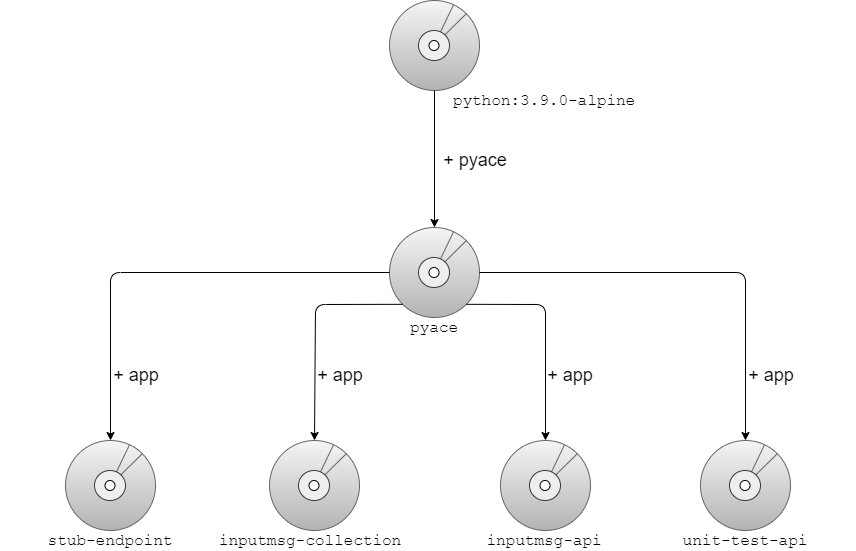
Before: doc/image inheritance.png, a diagram exported from draw.io (JLanda91/ibm-ace-flexaas). Source tidied: cells renumbered, new cells last; positions are measured from the earlier drawing's top-left corner, leaving out a move shared by most shapes.
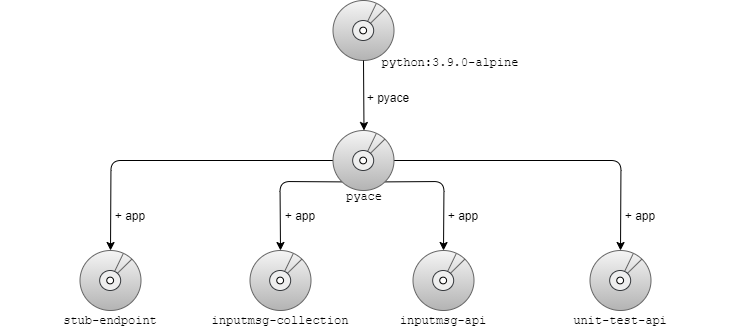
After the commit.

Change to the diagram source:
```diff
@@ -3,10 +3,10 @@
     <mxCell id="0" />
     <mxCell id="1" parent="0" />
     <mxCell id="2" style="group;" parent="1" vertex="1">
-      <mxGeometry x="389" width="90" height="90" as="geometry" />
+      <mxGeometry x="310.5" y="-10" width="61" height="60" as="geometry" />
     </mxCell>
     <mxCell id="3" style="ellipse;whiteSpace=wrap;html=1;fillColor=#f5f5f5;strokeColor=#666666;gradientColor=#b3b3b3;" parent="2" vertex="1">
-      <mxGeometry width="90" height="90" as="geometry" />
+      <mxGeometry width="61" height="60" as="geometry" />
     </mxCell>
     <mxCell id="4" style="endArrow=none;html=1;entryX=0.709;entryY=0.052;entryDx=0;entryDy=0;entryPerimeter=0;gradientColor=#b3b3b3;fillColor=#f5f5f5;strokeColor=#666666;" parent="2" edge="1" source="7" target="3">
       <mxGeometry relative="1" as="geometry" />
@@ -15,164 +15,166 @@
       <mxGeometry relative="1" as="geometry" />
     </mxCell>
     <mxCell id="6" style="ellipse;whiteSpace=wrap;html=1;fillColor=#eeeeee;strokeColor=#36393d;" parent="2" vertex="1">
-      <mxGeometry x="29" y="30" width="31" height="30" as="geometry" />
+      <mxGeometry x="19.7" y="20" width="21" height="20" as="geometry" />
     </mxCell>
     <mxCell id="7" style="ellipse;whiteSpace=wrap;html=1;" parent="2" vertex="1">
-      <mxGeometry x="39.5" y="40" width="10" height="10" as="geometry" />
+      <mxGeometry x="26.8" y="26.7" width="6.8" height="6.7" as="geometry" />
     </mxCell>
-    <mxCell id="8" style="group;" parent="1" vertex="1">
-      <mxGeometry x="389" y="227" width="90" height="90" as="geometry" />
-    </mxCell>
-    <mxCell id="9" style="ellipse;whiteSpace=wrap;html=1;fillColor=#f5f5f5;strokeColor=#666666;gradientColor=#b3b3b3;" parent="8" vertex="1">
-      <mxGeometry width="90" height="90" as="geometry" />
-    </mxCell>
-    <mxCell id="10" style="endArrow=none;html=1;entryX=0.709;entryY=0.052;entryDx=0;entryDy=0;entryPerimeter=0;gradientColor=#b3b3b3;fillColor=#f5f5f5;strokeColor=#666666;" parent="8" edge="1" source="13" target="9">
-      <mxGeometry relative="1" as="geometry" />
-    </mxCell>
-    <mxCell id="11" style="endArrow=none;html=1;entryX=1;entryY=0;entryDx=0;entryDy=0;gradientColor=#b3b3b3;fillColor=#f5f5f5;strokeColor=#666666;" parent="8" edge="1" source="13" target="9">
-      <mxGeometry relative="1" as="geometry" />
-    </mxCell>
-    <mxCell id="12" style="ellipse;whiteSpace=wrap;html=1;fillColor=#eeeeee;strokeColor=#36393d;" parent="8" vertex="1">
-      <mxGeometry x="29" y="30" width="31" height="30" as="geometry" />
-    </mxCell>
-    <mxCell id="13" style="ellipse;whiteSpace=wrap;html=1;" parent="8" vertex="1">
-      <mxGeometry x="39.5" y="40" width="10" height="10" as="geometry" />
-    </mxCell>
-    <mxCell id="14" style="group;" parent="1" vertex="1">
-      <mxGeometry x="65" y="440" width="90" height="90" as="geometry" />
-    </mxCell>
-    <mxCell id="15" style="ellipse;whiteSpace=wrap;html=1;fillColor=#f5f5f5;strokeColor=#666666;gradientColor=#b3b3b3;" parent="14" vertex="1">
-      <mxGeometry width="90" height="90" as="geometry" />
-    </mxCell>
-    <mxCell id="16" style="endArrow=none;html=1;entryX=0.709;entryY=0.052;entryDx=0;entryDy=0;entryPerimeter=0;gradientColor=#b3b3b3;fillColor=#f5f5f5;strokeColor=#666666;" parent="14" edge="1" source="19" target="15">
-      <mxGeometry relative="1" as="geometry" />
-    </mxCell>
-    <mxCell id="17" style="endArrow=none;html=1;entryX=1;entryY=0;entryDx=0;entryDy=0;gradientColor=#b3b3b3;fillColor=#f5f5f5;strokeColor=#666666;" parent="14" edge="1" source="19" target="15">
-      <mxGeometry relative="1" as="geometry" />
-    </mxCell>
-    <mxCell id="18" style="ellipse;whiteSpace=wrap;html=1;fillColor=#eeeeee;strokeColor=#36393d;" parent="14" vertex="1">
-      <mxGeometry x="29" y="30" width="31" height="30" as="geometry" />
-    </mxCell>
-    <mxCell id="19" style="ellipse;whiteSpace=wrap;html=1;" parent="14" vertex="1">
-      <mxGeometry x="39.5" y="40" width="10" height="10" as="geometry" />
-    </mxCell>
-    <mxCell id="20" style="group;" parent="1" vertex="1">
-      <mxGeometry x="269" y="440" width="90" height="90" as="geometry" />
-    </mxCell>
-    <mxCell id="21" style="ellipse;whiteSpace=wrap;html=1;fillColor=#f5f5f5;strokeColor=#666666;gradientColor=#b3b3b3;" parent="20" vertex="1">
-      <mxGeometry width="90" height="90" as="geometry" />
-    </mxCell>
-    <mxCell id="22" style="endArrow=none;html=1;entryX=0.709;entryY=0.052;entryDx=0;entryDy=0;entryPerimeter=0;gradientColor=#b3b3b3;fillColor=#f5f5f5;strokeColor=#666666;" parent="20" edge="1" source="25" target="21">
-      <mxGeometry relative="1" as="geometry" />
-    </mxCell>
-    <mxCell id="23" style="endArrow=none;html=1;entryX=1;entryY=0;entryDx=0;entryDy=0;gradientColor=#b3b3b3;fillColor=#f5f5f5;strokeColor=#666666;" parent="20" edge="1" source="25" target="21">
-      <mxGeometry relative="1" as="geometry" />
-    </mxCell>
-    <mxCell id="24" style="ellipse;whiteSpace=wrap;html=1;fillColor=#eeeeee;strokeColor=#36393d;" parent="20" vertex="1">
-      <mxGeometry x="29" y="30" width="31" height="30" as="geometry" />
-    </mxCell>
-    <mxCell id="25" style="ellipse;whiteSpace=wrap;html=1;" parent="20" vertex="1">
-      <mxGeometry x="39.5" y="40" width="10" height="10" as="geometry" />
-    </mxCell>
-    <mxCell id="26" style="group;" parent="1" vertex="1">
-      <mxGeometry x="700" y="440" width="90" height="90" as="geometry" />
-    </mxCell>
-    <mxCell id="27" style="ellipse;whiteSpace=wrap;html=1;fillColor=#f5f5f5;strokeColor=#666666;gradientColor=#b3b3b3;" parent="26" vertex="1">
-      <mxGeometry width="90" height="90" as="geometry" />
-    </mxCell>
-    <mxCell id="28" style="endArrow=none;html=1;entryX=0.709;entryY=0.052;entryDx=0;entryDy=0;entryPerimeter=0;gradientColor=#b3b3b3;fillColor=#f5f5f5;strokeColor=#666666;" parent="26" edge="1" source="31" target="27">
-      <mxGeometry relative="1" as="geometry" />
-    </mxCell>
-    <mxCell id="29" style="endArrow=none;html=1;entryX=1;entryY=0;entryDx=0;entryDy=0;gradientColor=#b3b3b3;fillColor=#f5f5f5;strokeColor=#666666;" parent="26" edge="1" source="31" target="27">
-      <mxGeometry relative="1" as="geometry" />
-    </mxCell>
-    <mxCell id="30" style="ellipse;whiteSpace=wrap;html=1;fillColor=#eeeeee;strokeColor=#36393d;" parent="26" vertex="1">
-      <mxGeometry x="29" y="30" width="31" height="30" as="geometry" />
-    </mxCell>
-    <mxCell id="31" style="ellipse;whiteSpace=wrap;html=1;" parent="26" vertex="1">
-      <mxGeometry x="39.5" y="40" width="10" height="10" as="geometry" />
-    </mxCell>
-    <mxCell id="32" style="endArrow=classic;html=1;exitX=0.5;exitY=1;exitDx=0;exitDy=0;entryX=0.5;entryY=0;entryDx=0;entryDy=0;" parent="1" edge="1" source="3" target="9">
-      <mxGeometry relative="1" as="geometry" />
+    <mxCell id="32" style="endArrow=classic;html=1;exitX=0.5;exitY=1;exitDx=0;exitDy=0;" parent="1" edge="1" source="3">
+      <mxGeometry relative="1" as="geometry">
+        <mxPoint x="341.5" y="120" as="targetPoint" />
+      </mxGeometry>
     </mxCell>
-    <mxCell id="33" style="endArrow=classic;html=1;exitX=0;exitY=0.5;exitDx=0;exitDy=0;entryX=0.5;entryY=0;entryDx=0;entryDy=0;" parent="1" edge="1" source="9" target="15">
+    <mxCell id="33" style="endArrow=classic;html=1;exitX=0;exitY=0.5;exitDx=0;exitDy=0;entryX=0.5;entryY=0;entryDx=0;entryDy=0;" parent="1" edge="1" source="55" target="61">
       <mxGeometry relative="1" as="geometry">
         <Array as="points">
-          <mxPoint x="110" y="272" />
+          <mxPoint x="88.5" y="150" />
         </Array>
       </mxGeometry>
     </mxCell>
-    <mxCell id="34" style="endArrow=classic;html=1;exitX=1;exitY=0.5;exitDx=0;exitDy=0;entryX=0.5;entryY=0;entryDx=0;entryDy=0;" parent="1" edge="1" source="9" target="27">
+    <mxCell id="34" style="endArrow=classic;html=1;exitX=1;exitY=0.5;exitDx=0;exitDy=0;entryX=0.5;entryY=0;entryDx=0;entryDy=0;" parent="1" edge="1" source="55" target="79">
       <mxGeometry relative="1" as="geometry">
         <Array as="points">
-          <mxPoint x="745" y="272" />
+          <mxPoint x="598.5" y="150" />
         </Array>
       </mxGeometry>
     </mxCell>
-    <mxCell id="35" style="endArrow=classic;html=1;exitX=0;exitY=1;exitDx=0;exitDy=0;entryX=0.5;entryY=0;entryDx=0;entryDy=0;" parent="1" edge="1" source="9" target="21">
+    <mxCell id="35" style="endArrow=classic;html=1;exitX=0;exitY=1;exitDx=0;exitDy=0;entryX=0.5;entryY=0;entryDx=0;entryDy=0;" parent="1" edge="1" source="55" target="67">
       <mxGeometry relative="1" as="geometry">
         <Array as="points">
-          <mxPoint x="315" y="304" />
+          <mxPoint x="257.5" y="171" />
         </Array>
       </mxGeometry>
     </mxCell>
-    <mxCell id="36" style="endArrow=classic;html=1;exitX=1;exitY=1;exitDx=0;exitDy=0;entryX=0.5;entryY=0;entryDx=0;entryDy=0;" parent="1" edge="1" source="9" target="48">
+    <mxCell id="36" style="endArrow=classic;html=1;exitX=1;exitY=1;exitDx=0;exitDy=0;entryX=0.5;entryY=0;entryDx=0;entryDy=0;" parent="1" edge="1" source="55" target="73">
       <mxGeometry relative="1" as="geometry">
         <Array as="points">
-          <mxPoint x="545" y="304" />
+          <mxPoint x="421.5" y="171" />
         </Array>
       </mxGeometry>
     </mxCell>
-    <mxCell id="37" value="&lt;font style=&quot;font-size: 18px&quot;&gt;+ pyace&lt;/font&gt;" style="text;html=1;strokeColor=none;fillColor=none;align=center;verticalAlign=middle;whiteSpace=wrap;rounded=0;" parent="1" vertex="1">
-      <mxGeometry x="440" y="150" width="70" height="20" as="geometry" />
+    <mxCell id="37" value="&lt;font style=&quot;font-size: 12px;&quot;&gt;+ pyace&lt;/font&gt;" style="text;html=1;strokeColor=none;fillColor=none;align=center;verticalAlign=middle;whiteSpace=wrap;rounded=0;fontSize=12;" parent="1" vertex="1">
+      <mxGeometry x="330.5" y="77" width="70" height="20" as="geometry" />
     </mxCell>
-    <mxCell id="38" value="&lt;font style=&quot;font-size: 18px&quot;&gt;+ app&lt;/font&gt;" style="text;html=1;strokeColor=none;fillColor=none;align=center;verticalAlign=middle;whiteSpace=wrap;rounded=0;" parent="1" vertex="1">
-      <mxGeometry x="96" y="360" width="80" height="30" as="geometry" />
+    <mxCell id="38" value="&lt;font style=&quot;font-size: 12px;&quot;&gt;+ app&lt;/font&gt;" style="text;html=1;strokeColor=none;fillColor=none;align=center;verticalAlign=middle;whiteSpace=wrap;rounded=0;fontSize=12;" parent="1" vertex="1">
+      <mxGeometry x="67.5" y="190" width="80" height="30" as="geometry" />
     </mxCell>
-    <mxCell id="39" value="&lt;font style=&quot;font-size: 18px&quot;&gt;+ app&lt;/font&gt;" style="text;html=1;strokeColor=none;fillColor=none;align=center;verticalAlign=middle;whiteSpace=wrap;rounded=0;" parent="1" vertex="1">
-      <mxGeometry x="300" y="360" width="80" height="30" as="geometry" />
-    </mxCell>
-    <mxCell id="40" value="&lt;font style=&quot;font-size: 18px&quot;&gt;+ app&lt;/font&gt;" style="text;html=1;strokeColor=none;fillColor=none;align=center;verticalAlign=middle;whiteSpace=wrap;rounded=0;" parent="1" vertex="1">
-      <mxGeometry x="530" y="360" width="80" height="30" as="geometry" />
-    </mxCell>
-    <mxCell id="41" value="&lt;font style=&quot;font-size: 18px&quot;&gt;+ app&lt;/font&gt;" style="text;html=1;strokeColor=none;fillColor=none;align=center;verticalAlign=middle;whiteSpace=wrap;rounded=0;" parent="1" vertex="1">
-      <mxGeometry x="731" y="360" width="80" height="30" as="geometry" />
-    </mxCell>
-    <mxCell id="42" value="&lt;font face=&quot;Courier New&quot; style=&quot;font-size: 16px&quot;&gt;python:3.9.0-alpine&lt;/font&gt;" style="text;html=1;strokeColor=none;fillColor=none;align=center;verticalAlign=middle;whiteSpace=wrap;rounded=0;fontSize=16;" parent="1" vertex="1">
-      <mxGeometry x="434" y="90" width="220" height="20" as="geometry" />
+    <mxCell id="42" value="&lt;font face=&quot;Courier New&quot; style=&quot;font-size: 12px&quot;&gt;python:3.9.0-alpine&lt;/font&gt;" style="text;html=1;strokeColor=none;fillColor=none;align=center;verticalAlign=middle;whiteSpace=wrap;rounded=0;fontSize=16;" parent="1" vertex="1">
+      <mxGeometry x="317.5" y="40" width="220" height="20" as="geometry" />
     </mxCell>
-    <mxCell id="43" value="&lt;font face=&quot;Courier New&quot; style=&quot;font-size: 16px&quot;&gt;pyace&lt;/font&gt;" style="text;html=1;strokeColor=none;fillColor=none;align=center;verticalAlign=middle;whiteSpace=wrap;rounded=0;fontSize=16;" parent="1" vertex="1">
-      <mxGeometry x="324" y="317" width="220" height="20" as="geometry" />
+    <mxCell id="43" value="&lt;font face=&quot;Courier New&quot; style=&quot;font-size: 12px;&quot;&gt;pyace&lt;/font&gt;" style="text;html=1;strokeColor=none;fillColor=none;align=center;verticalAlign=middle;whiteSpace=wrap;rounded=0;fontSize=12;" parent="1" vertex="1">
+      <mxGeometry x="231.5" y="176" width="220" height="20" as="geometry" />
     </mxCell>
-    <mxCell id="44" value="&lt;font face=&quot;Courier New&quot;&gt;stub-endpoint&lt;/font&gt;" style="text;html=1;strokeColor=none;fillColor=none;align=center;verticalAlign=middle;whiteSpace=wrap;rounded=0;fontSize=16;" parent="1" vertex="1">
-      <mxGeometry y="530" width="220" height="20" as="geometry" />
+    <mxCell id="44" value="&lt;font face=&quot;Courier New&quot; style=&quot;font-size: 12px;&quot;&gt;stub-endpoint&lt;/font&gt;" style="text;html=1;strokeColor=none;fillColor=none;align=center;verticalAlign=middle;whiteSpace=wrap;rounded=0;fontSize=12;" parent="1" vertex="1">
+      <mxGeometry x="-22" y="300" width="220" height="20" as="geometry" />
     </mxCell>
-    <mxCell id="45" value="&lt;font face=&quot;Courier New&quot;&gt;inputmsg-collection&lt;/font&gt;" style="text;html=1;strokeColor=none;fillColor=none;align=center;verticalAlign=middle;whiteSpace=wrap;rounded=0;fontSize=16;" parent="1" vertex="1">
-      <mxGeometry x="200" y="530" width="220" height="20" as="geometry" />
+    <mxCell id="45" value="&lt;font face=&quot;Courier New&quot; style=&quot;font-size: 12px;&quot;&gt;inputmsg-collection&lt;/font&gt;" style="text;html=1;strokeColor=none;fillColor=none;align=center;verticalAlign=middle;whiteSpace=wrap;rounded=0;fontSize=12;" parent="1" vertex="1">
+      <mxGeometry x="148" y="300" width="220" height="20" as="geometry" />
     </mxCell>
-    <mxCell id="46" value="&lt;font face=&quot;Courier New&quot;&gt;inputmsg-api&lt;/font&gt;" style="text;html=1;strokeColor=none;fillColor=none;align=center;verticalAlign=middle;whiteSpace=wrap;rounded=0;fontSize=16;" parent="1" vertex="1">
-      <mxGeometry x="434" y="530" width="220" height="20" as="geometry" />
+    <mxCell id="46" value="&lt;font face=&quot;Courier New&quot; style=&quot;font-size: 12px;&quot;&gt;inputmsg-api&lt;/font&gt;" style="text;html=1;strokeColor=none;fillColor=none;align=center;verticalAlign=middle;whiteSpace=wrap;rounded=0;fontSize=12;" parent="1" vertex="1">
+      <mxGeometry x="311" y="300" width="220" height="20" as="geometry" />
     </mxCell>
-    <mxCell id="47" style="group;" parent="1" vertex="1">
-      <mxGeometry x="500" y="440" width="90" height="90" as="geometry" />
-    </mxCell>
-    <mxCell id="48" style="ellipse;whiteSpace=wrap;html=1;fillColor=#f5f5f5;strokeColor=#666666;gradientColor=#b3b3b3;" parent="47" vertex="1">
-      <mxGeometry width="90" height="90" as="geometry" />
-    </mxCell>
-    <mxCell id="49" style="endArrow=none;html=1;entryX=0.709;entryY=0.052;entryDx=0;entryDy=0;entryPerimeter=0;gradientColor=#b3b3b3;fillColor=#f5f5f5;strokeColor=#666666;" parent="47" edge="1" source="52" target="48">
-      <mxGeometry relative="1" as="geometry" />
-    </mxCell>
-    <mxCell id="50" style="endArrow=none;html=1;entryX=1;entryY=0;entryDx=0;entryDy=0;gradientColor=#b3b3b3;fillColor=#f5f5f5;strokeColor=#666666;" parent="47" edge="1" source="52" target="48">
-      <mxGeometry relative="1" as="geometry" />
-    </mxCell>
-    <mxCell id="51" style="ellipse;whiteSpace=wrap;html=1;fillColor=#eeeeee;strokeColor=#36393d;" parent="47" vertex="1">
-      <mxGeometry x="29" y="30" width="31" height="30" as="geometry" />
-    </mxCell>
-    <mxCell id="52" style="ellipse;whiteSpace=wrap;html=1;" parent="47" vertex="1">
-      <mxGeometry x="39.5" y="40" width="10" height="10" as="geometry" />
-    </mxCell>
-    <mxCell id="53" value="&lt;font face=&quot;Courier New&quot;&gt;unit-test-api&lt;/font&gt;" style="text;html=1;strokeColor=none;fillColor=none;align=center;verticalAlign=middle;whiteSpace=wrap;rounded=0;fontSize=16;" parent="1" vertex="1">
-      <mxGeometry x="635" y="530" width="220" height="20" as="geometry" />
+    <mxCell id="53" value="&lt;font face=&quot;Courier New&quot; style=&quot;font-size: 12px;&quot;&gt;unit-test-api&lt;/font&gt;" style="text;html=1;strokeColor=none;fillColor=none;align=center;verticalAlign=middle;whiteSpace=wrap;rounded=0;fontSize=12;" parent="1" vertex="1">
+      <mxGeometry x="488" y="300" width="220" height="20" as="geometry" />
     </mxCell>
+    <mxCell id="54" style="group;" parent="1" vertex="1">
+      <mxGeometry x="310.5" y="120" width="61" height="60" as="geometry" />
+    </mxCell>
+    <mxCell id="55" style="ellipse;whiteSpace=wrap;html=1;fillColor=#f5f5f5;strokeColor=#666666;gradientColor=#b3b3b3;" parent="54" vertex="1">
+      <mxGeometry width="61" height="60" as="geometry" />
+    </mxCell>
+    <mxCell id="56" style="endArrow=none;html=1;entryX=0.709;entryY=0.052;entryDx=0;entryDy=0;entryPerimeter=0;gradientColor=#b3b3b3;fillColor=#f5f5f5;strokeColor=#666666;" parent="54" edge="1" source="59" target="55">
+      <mxGeometry relative="1" as="geometry" />
+    </mxCell>
+    <mxCell id="57" style="endArrow=none;html=1;entryX=1;entryY=0;entryDx=0;entryDy=0;gradientColor=#b3b3b3;fillColor=#f5f5f5;strokeColor=#666666;" parent="54" edge="1" source="59" target="55">
+      <mxGeometry relative="1" as="geometry" />
+    </mxCell>
+    <mxCell id="58" style="ellipse;whiteSpace=wrap;html=1;fillColor=#eeeeee;strokeColor=#36393d;" parent="54" vertex="1">
+      <mxGeometry x="19.7" y="20" width="21" height="20" as="geometry" />
+    </mxCell>
+    <mxCell id="59" style="ellipse;whiteSpace=wrap;html=1;" parent="54" vertex="1">
+      <mxGeometry x="26.8" y="26.7" width="6.8" height="6.7" as="geometry" />
+    </mxCell>
+    <mxCell id="60" style="group;" parent="1" vertex="1">
+      <mxGeometry x="57.5" y="240" width="61" height="60" as="geometry" />
+    </mxCell>
+    <mxCell id="61" style="ellipse;whiteSpace=wrap;html=1;fillColor=#f5f5f5;strokeColor=#666666;gradientColor=#b3b3b3;" parent="60" vertex="1">
+      <mxGeometry width="61" height="60" as="geometry" />
+    </mxCell>
+    <mxCell id="62" style="endArrow=none;html=1;entryX=0.709;entryY=0.052;entryDx=0;entryDy=0;entryPerimeter=0;gradientColor=#b3b3b3;fillColor=#f5f5f5;strokeColor=#666666;" parent="60" edge="1" source="65" target="61">
+      <mxGeometry relative="1" as="geometry" />
+    </mxCell>
+    <mxCell id="63" style="endArrow=none;html=1;entryX=1;entryY=0;entryDx=0;entryDy=0;gradientColor=#b3b3b3;fillColor=#f5f5f5;strokeColor=#666666;" parent="60" edge="1" source="65" target="61">
+      <mxGeometry relative="1" as="geometry" />
+    </mxCell>
+    <mxCell id="64" style="ellipse;whiteSpace=wrap;html=1;fillColor=#eeeeee;strokeColor=#36393d;" parent="60" vertex="1">
+      <mxGeometry x="19.7" y="20" width="21" height="20" as="geometry" />
+    </mxCell>
+    <mxCell id="65" style="ellipse;whiteSpace=wrap;html=1;" parent="60" vertex="1">
+      <mxGeometry x="26.8" y="26.7" width="6.8" height="6.7" as="geometry" />
+    </mxCell>
+    <mxCell id="66" style="group;" parent="1" vertex="1">
+      <mxGeometry x="227.5" y="240" width="61" height="60" as="geometry" />
+    </mxCell>
+    <mxCell id="67" style="ellipse;whiteSpace=wrap;html=1;fillColor=#f5f5f5;strokeColor=#666666;gradientColor=#b3b3b3;" parent="66" vertex="1">
+      <mxGeometry width="61" height="60" as="geometry" />
+    </mxCell>
+    <mxCell id="68" style="endArrow=none;html=1;entryX=0.709;entryY=0.052;entryDx=0;entryDy=0;entryPerimeter=0;gradientColor=#b3b3b3;fillColor=#f5f5f5;strokeColor=#666666;" parent="66" edge="1" source="71" target="67">
+      <mxGeometry relative="1" as="geometry" />
+    </mxCell>
+    <mxCell id="69" style="endArrow=none;html=1;entryX=1;entryY=0;entryDx=0;entryDy=0;gradientColor=#b3b3b3;fillColor=#f5f5f5;strokeColor=#666666;" parent="66" edge="1" source="71" target="67">
+      <mxGeometry relative="1" as="geometry" />
+    </mxCell>
+    <mxCell id="70" style="ellipse;whiteSpace=wrap;html=1;fillColor=#eeeeee;strokeColor=#36393d;" parent="66" vertex="1">
+      <mxGeometry x="19.7" y="20" width="21" height="20" as="geometry" />
+    </mxCell>
+    <mxCell id="71" style="ellipse;whiteSpace=wrap;html=1;" parent="66" vertex="1">
+      <mxGeometry x="26.8" y="26.7" width="6.8" height="6.7" as="geometry" />
+    </mxCell>
+    <mxCell id="72" style="group;" parent="1" vertex="1">
+      <mxGeometry x="390.5" y="240" width="61" height="60" as="geometry" />
+    </mxCell>
+    <mxCell id="73" style="ellipse;whiteSpace=wrap;html=1;fillColor=#f5f5f5;strokeColor=#666666;gradientColor=#b3b3b3;" parent="72" vertex="1">
+      <mxGeometry width="61" height="60" as="geometry" />
+    </mxCell>
+    <mxCell id="74" style="endArrow=none;html=1;entryX=0.709;entryY=0.052;entryDx=0;entryDy=0;entryPerimeter=0;gradientColor=#b3b3b3;fillColor=#f5f5f5;strokeColor=#666666;" parent="72" edge="1" source="77" target="73">
+      <mxGeometry relative="1" as="geometry" />
+    </mxCell>
+    <mxCell id="75" style="endArrow=none;html=1;entryX=1;entryY=0;entryDx=0;entryDy=0;gradientColor=#b3b3b3;fillColor=#f5f5f5;strokeColor=#666666;" parent="72" edge="1" source="77" target="73">
+      <mxGeometry relative="1" as="geometry" />
+    </mxCell>
+    <mxCell id="76" style="ellipse;whiteSpace=wrap;html=1;fillColor=#eeeeee;strokeColor=#36393d;" parent="72" vertex="1">
+      <mxGeometry x="19.7" y="20" width="21" height="20" as="geometry" />
+    </mxCell>
+    <mxCell id="77" style="ellipse;whiteSpace=wrap;html=1;" parent="72" vertex="1">
+      <mxGeometry x="26.8" y="26.7" width="6.8" height="6.7" as="geometry" />
+    </mxCell>
+    <mxCell id="78" style="group;" parent="1" vertex="1">
+      <mxGeometry x="567.5" y="240" width="61" height="60" as="geometry" />
+    </mxCell>
+    <mxCell id="79" style="ellipse;whiteSpace=wrap;html=1;fillColor=#f5f5f5;strokeColor=#666666;gradientColor=#b3b3b3;" parent="78" vertex="1">
+      <mxGeometry width="61" height="60" as="geometry" />
+    </mxCell>
+    <mxCell id="80" style="endArrow=none;html=1;entryX=0.709;entryY=0.052;entryDx=0;entryDy=0;entryPerimeter=0;gradientColor=#b3b3b3;fillColor=#f5f5f5;strokeColor=#666666;" parent="78" edge="1" source="83" target="79">
+      <mxGeometry relative="1" as="geometry" />
+    </mxCell>
+    <mxCell id="81" style="endArrow=none;html=1;entryX=1;entryY=0;entryDx=0;entryDy=0;gradientColor=#b3b3b3;fillColor=#f5f5f5;strokeColor=#666666;" parent="78" edge="1" source="83" target="79">
+      <mxGeometry relative="1" as="geometry" />
+    </mxCell>
+    <mxCell id="82" style="ellipse;whiteSpace=wrap;html=1;fillColor=#eeeeee;strokeColor=#36393d;" parent="78" vertex="1">
+      <mxGeometry x="19.7" y="20" width="21" height="20" as="geometry" />
+    </mxCell>
+    <mxCell id="83" style="ellipse;whiteSpace=wrap;html=1;" parent="78" vertex="1">
+      <mxGeometry x="26.8" y="26.7" width="6.8" height="6.7" as="geometry" />
+    </mxCell>
+    <mxCell id="84" value="&lt;font style=&quot;font-size: 12px;&quot;&gt;+ app&lt;/font&gt;" style="text;html=1;strokeColor=none;fillColor=none;align=center;verticalAlign=middle;whiteSpace=wrap;rounded=0;fontSize=12;" parent="1" vertex="1">
+      <mxGeometry x="237.5" y="190" width="80" height="30" as="geometry" />
+    </mxCell>
+    <mxCell id="85" value="&lt;font style=&quot;font-size: 12px;&quot;&gt;+ app&lt;/font&gt;" style="text;html=1;strokeColor=none;fillColor=none;align=center;verticalAlign=middle;whiteSpace=wrap;rounded=0;fontSize=12;" parent="1" vertex="1">
+      <mxGeometry x="400.5" y="190" width="80" height="30" as="geometry" />
+    </mxCell>
+    <mxCell id="86" value="&lt;font style=&quot;font-size: 12px;&quot;&gt;+ app&lt;/font&gt;" style="text;html=1;strokeColor=none;fillColor=none;align=center;verticalAlign=middle;whiteSpace=wrap;rounded=0;fontSize=12;" parent="1" vertex="1">
+      <mxGeometry x="577.5" y="190" width="80" height="30" as="geometry" />
+    </mxCell>
   </root>
 </mxGraphModel>
```
